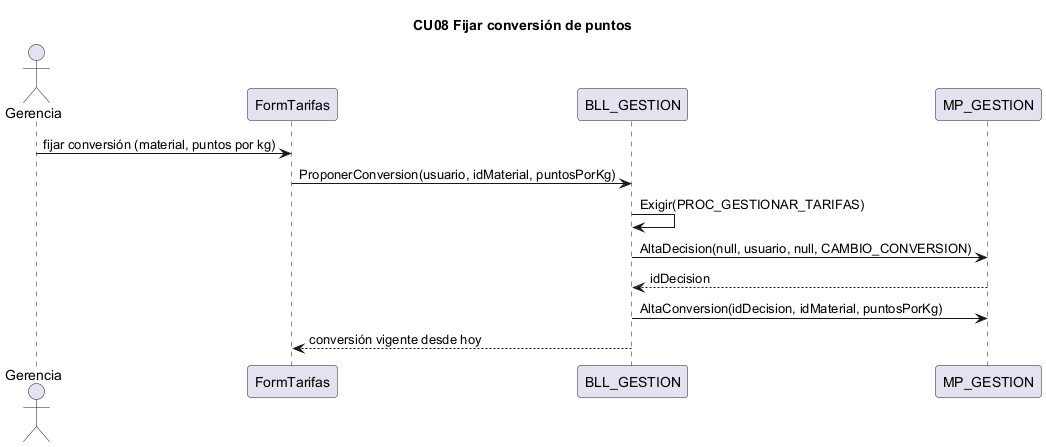
The PlantUML diagram docs/diagramas/secuencias_png/CU08.png in L-Muniz/uai-diploma_2026, before a commit.
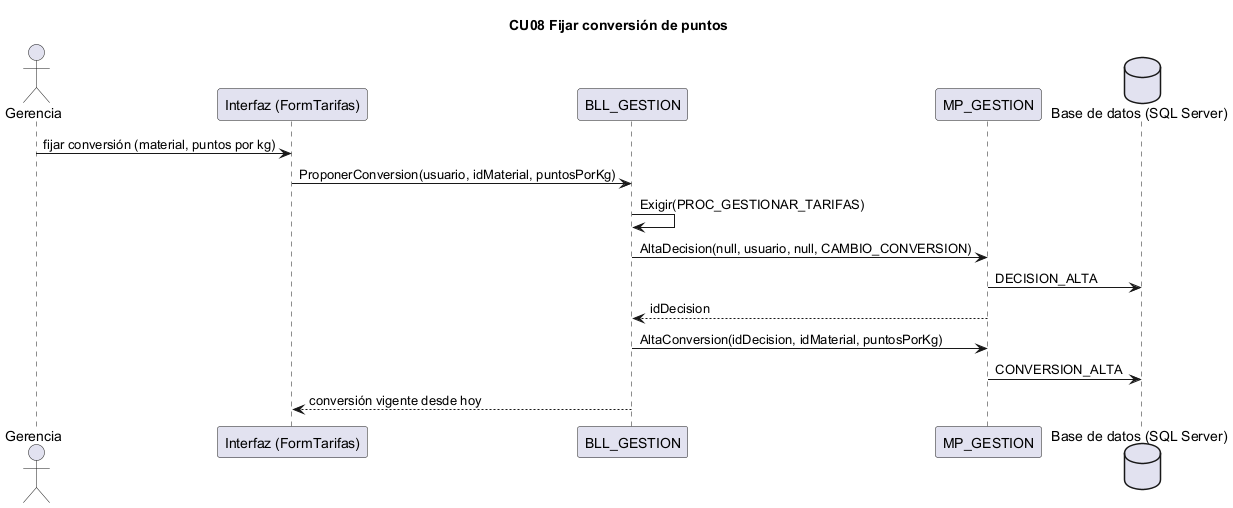
The same diagram one commit later.

Change to the diagram source:
```diff
@@ -1,14 +1,17 @@
 @startuml CU08
 title CU08 Fijar conversión de puntos
 actor Gerencia
-participant "FormTarifas" as IU
+participant "Interfaz (FormTarifas)" as IU
 participant "BLL_GESTION" as BLL
 participant "MP_GESTION" as DAL
+database "Base de datos (SQL Server)" as BD
 Gerencia -> IU : fijar conversión (material, puntos por kg)
 IU -> BLL : ProponerConversion(usuario, idMaterial, puntosPorKg)
 BLL -> BLL : Exigir(PROC_GESTIONAR_TARIFAS)
 BLL -> DAL : AltaDecision(null, usuario, null, CAMBIO_CONVERSION)
+DAL -> BD : DECISION_ALTA
 DAL --> BLL : idDecision
 BLL -> DAL : AltaConversion(idDecision, idMaterial, puntosPorKg)
+DAL -> BD : CONVERSION_ALTA
 BLL --> IU : conversión vigente desde hoy
 @enduml
```
